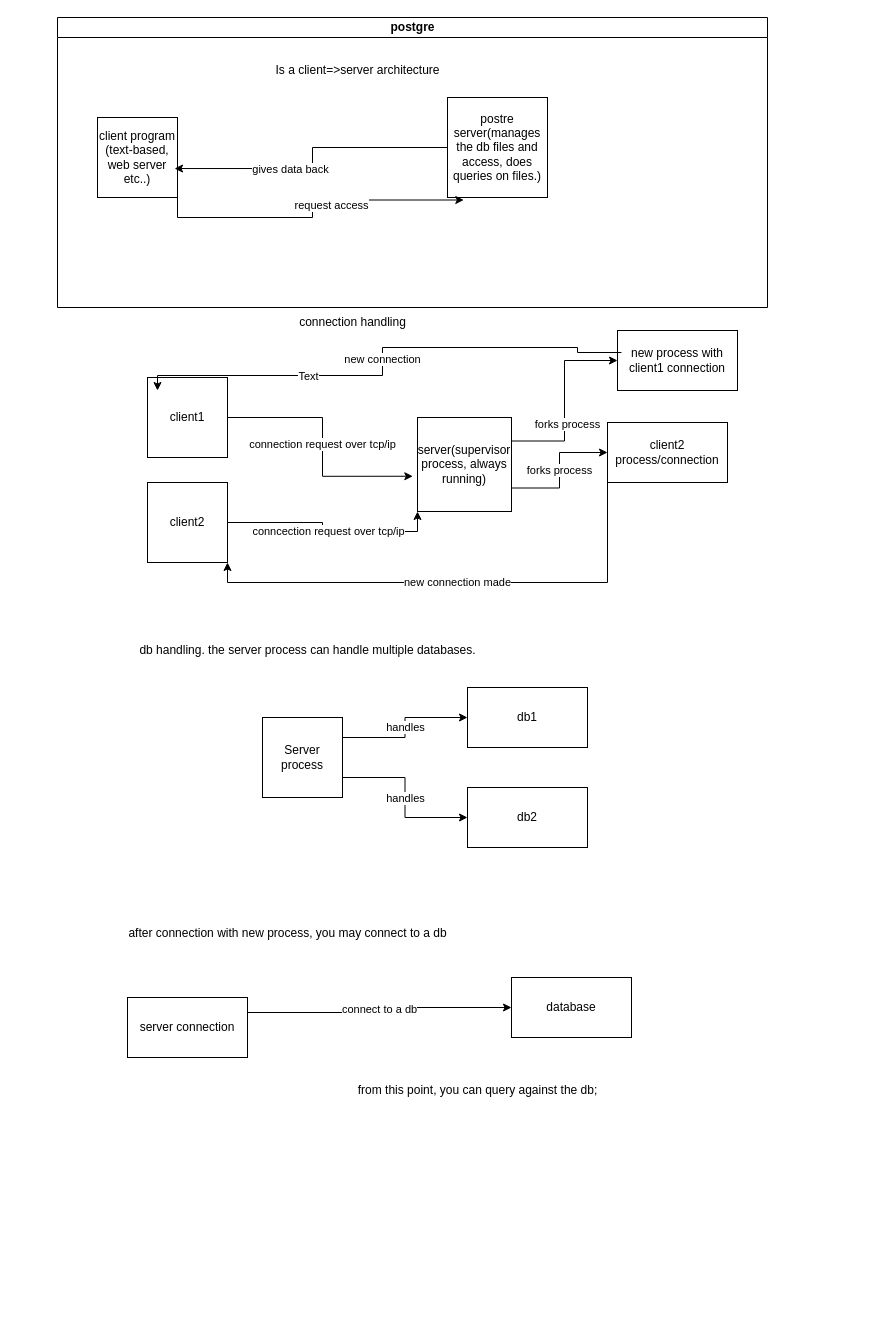
The draw.io diagram postgeArch1.drawio in evalid1234/diagrams_public, before the edit. Source tidied: cells renumbered, new cells numbered last; positions are measured from the earlier drawing's top-left corner, leaving out a move shared by most shapes. Both pictures are drawn from the tidied source at 100%, with x=0, y=0 at pixel (57, 17).
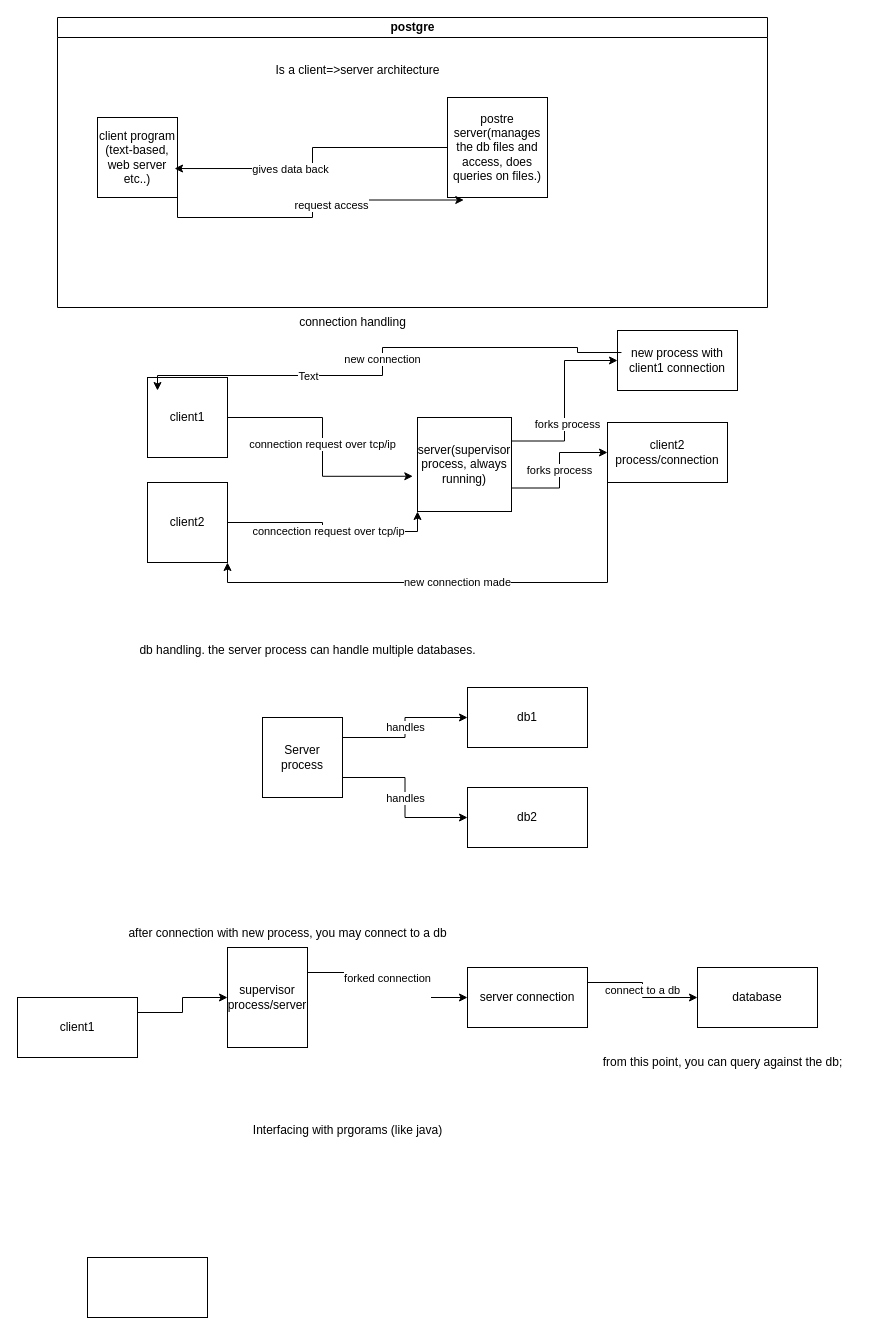
Above is the later version.

What changed in the source:
```diff
@@
     <mxCell id="32" value="server connection " style="rounded=0;whiteSpace=wrap;html=1;" parent="1" vertex="1">
-      <mxGeometry x="70" y="980" width="120" height="60" as="geometry" />
+      <mxGeometry x="410" y="950" width="120" height="60" as="geometry" />
     </mxCell>
     <mxCell id="33" value="database " style="rounded=0;whiteSpace=wrap;html=1;" parent="1" vertex="1">
-      <mxGeometry x="454" y="960" width="120" height="60" as="geometry" />
+      <mxGeometry x="640" y="950" width="120" height="60" as="geometry" />
     </mxCell>
     <mxCell id="34" value="from this point, you can query against the db;" style="text;html=1;align=center;verticalAlign=middle;strokeColor=none;fillColor=none;" parent="1" vertex="1">
-      <mxGeometry x="285" y="1058" width="270" height="30" as="geometry" />
+      <mxGeometry x="530" y="1030" width="270" height="30" as="geometry" />
     </mxCell>
+    <mxCell id="35" style="edgeStyle=orthogonalEdgeStyle;rounded=0;jettySize=auto;html=1;exitX=1;exitY=0.25;exitDx=0;exitDy=0;" parent="1" edge="1" source="36" target="38">
+      <mxGeometry relative="1" as="geometry" />
+    </mxCell>
+    <mxCell id="36" value="client1" style="rounded=0;whiteSpace=wrap;html=1;" parent="1" vertex="1">
+      <mxGeometry x="-40" y="980" width="120" height="60" as="geometry" />
+    </mxCell>
+    <mxCell id="37" value="&lt;div&gt;forked connection&lt;/div&gt;&lt;div&gt;&lt;br&gt;&lt;/div&gt;" style="edgeStyle=orthogonalEdgeStyle;rounded=0;jettySize=auto;html=1;exitX=1;exitY=0.25;exitDx=0;exitDy=0;" parent="1" edge="1" source="38" target="32">
+      <mxGeometry relative="1" as="geometry" />
+    </mxCell>
+    <mxCell id="38" value="supervisor process/server " style="rounded=0;whiteSpace=wrap;html=1;" parent="1" vertex="1">
+      <mxGeometry x="170" y="930" width="80" height="100" as="geometry" />
+    </mxCell>
+    <mxCell id="39" style="rounded=0;whiteSpace=wrap;html=1;" parent="1" vertex="1">
+      <mxGeometry x="30" y="1240" width="120" height="60" as="geometry" />
+    </mxCell>
+    <mxCell id="40" value="Interfacing with prgorams (like java) " style="text;html=1;align=center;verticalAlign=middle;strokeColor=none;fillColor=none;" parent="1" vertex="1">
+      <mxGeometry x="180" y="1098" width="220" height="30" as="geometry" />
+    </mxCell>
```
